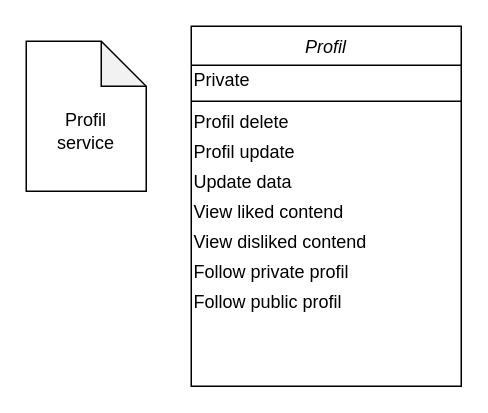
Before: page "Profil service" (7 of 10) of Dijagrami.drawio in andjelijaa/XML-projekat, a draw.io diagram. Source tidied: cells renumbered, new cells numbered last; positions are measured from the earlier drawing's top-left corner, leaving out a move shared by most shapes. Both pictures are drawn from the tidied source at 150%, with x=0, y=0 at pixel (26, 26).
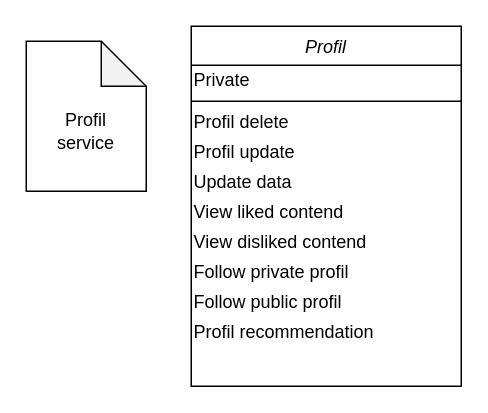
The same diagram, later.

Diff of the diagram source:
```diff
@@
 <mxGraphModel>
   <root>
     <mxCell id="0" />
     <mxCell id="1" parent="0" />
     <mxCell id="2" style="shape=note;whiteSpace=wrap;html=1;backgroundOutline=1;darkOpacity=0.05;align=left;" parent="1" vertex="1">
       <mxGeometry y="10" width="80" height="100" as="geometry" />
     </mxCell>
     <mxCell id="3" value="Profil" style="swimlane;fontStyle=2;align=center;verticalAlign=top;horizontal=1;startSize=26;rounded=0;shadow=0;strokeWidth=1;" parent="1" vertex="1">
       <mxGeometry x="110" width="180" height="240" as="geometry" />
     </mxCell>
     <mxCell id="4" value="Private" style="text;html=1;strokeColor=none;fillColor=none;align=left;verticalAlign=middle;whiteSpace=wrap;rounded=0;" parent="3" vertex="1">
       <mxGeometry y="26" width="180" height="20" as="geometry" />
     </mxCell>
     <mxCell id="5" style="line;html=1;strokeWidth=1;align=left;verticalAlign=middle;spacingTop=-1;spacingLeft=3;spacingRight=3;labelPosition=right;" parent="3" vertex="1">
       <mxGeometry y="46" width="180" height="8" as="geometry" />
     </mxCell>
     <mxCell id="6" value="Profil delete" style="text;html=1;strokeColor=none;fillColor=none;align=left;verticalAlign=middle;whiteSpace=wrap;rounded=0;" parent="3" vertex="1">
       <mxGeometry y="54" width="180" height="20" as="geometry" />
     </mxCell>
     <mxCell id="7" value="Profil update" style="text;html=1;strokeColor=none;fillColor=none;align=left;verticalAlign=middle;whiteSpace=wrap;rounded=0;" parent="3" vertex="1">
       <mxGeometry y="74" width="180" height="20" as="geometry" />
     </mxCell>
     <mxCell id="8" value="Update data" style="text;html=1;strokeColor=none;fillColor=none;align=left;verticalAlign=middle;whiteSpace=wrap;rounded=0;" parent="3" vertex="1">
       <mxGeometry y="94" width="180" height="20" as="geometry" />
     </mxCell>
     <mxCell id="9" value="View liked contend" style="text;html=1;strokeColor=none;fillColor=none;align=left;verticalAlign=middle;whiteSpace=wrap;rounded=0;" parent="3" vertex="1">
       <mxGeometry y="114" width="180" height="20" as="geometry" />
     </mxCell>
     <mxCell id="10" value="View disliked contend" style="text;html=1;strokeColor=none;fillColor=none;align=left;verticalAlign=middle;whiteSpace=wrap;rounded=0;" parent="3" vertex="1">
       <mxGeometry y="134" width="180" height="20" as="geometry" />
     </mxCell>
     <mxCell id="11" value="Follow private profil" style="text;html=1;strokeColor=none;fillColor=none;align=left;verticalAlign=middle;whiteSpace=wrap;rounded=0;" parent="3" vertex="1">
       <mxGeometry y="154" width="180" height="20" as="geometry" />
     </mxCell>
     <mxCell id="12" value="Follow public profil" style="text;html=1;strokeColor=none;fillColor=none;align=left;verticalAlign=middle;whiteSpace=wrap;rounded=0;" parent="3" vertex="1">
       <mxGeometry y="174" width="180" height="20" as="geometry" />
     </mxCell>
+    <mxCell id="14" value="Profil recommendation" style="text;html=1;strokeColor=none;fillColor=none;align=left;verticalAlign=middle;whiteSpace=wrap;rounded=0;" parent="3" vertex="1">
+      <mxGeometry y="194" width="180" height="20" as="geometry" />
+    </mxCell>
     <mxCell id="13" value="Profil service" style="text;html=1;strokeColor=none;fillColor=none;align=center;verticalAlign=middle;whiteSpace=wrap;rounded=0;" parent="1" vertex="1">
       <mxGeometry x="20" y="60" width="40" height="20" as="geometry" />
     </mxCell>
   </root>
 </mxGraphModel>
```
